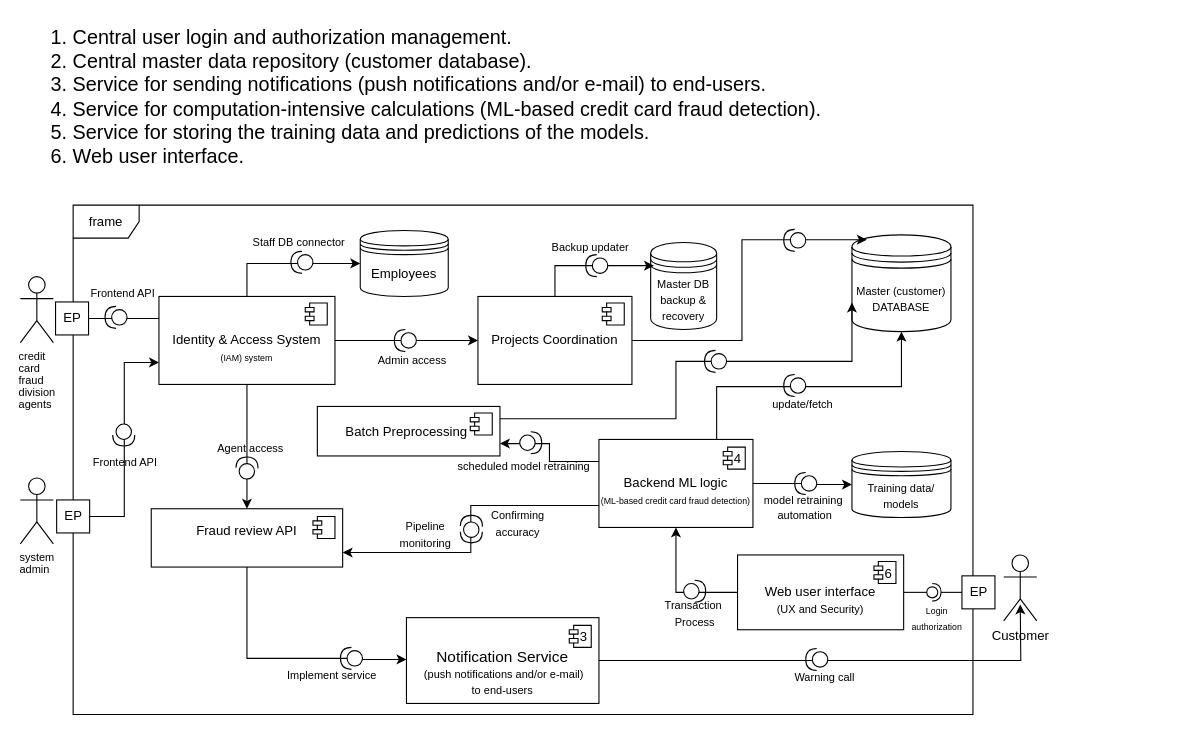
Before: gifs/Untitled Diagram.drawio in midani-47/midani-47, a draw.io diagram. Source tidied: cells renumbered, new cells numbered last; positions are measured from the earlier drawing's top-left corner, leaving out a move shared by most shapes. Both pictures are drawn from the tidied source at 110%, with x=0, y=0 at pixel (20, 19).
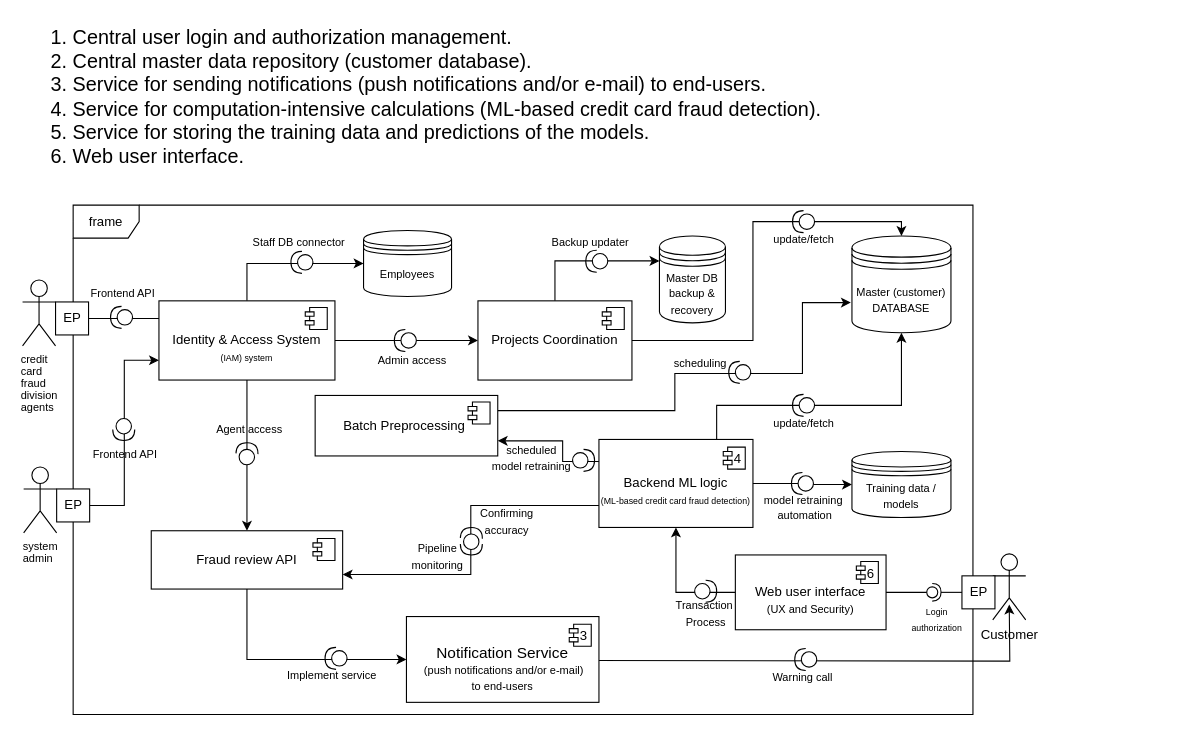
The same page after the edit.

Unchanged cells that the change refers to:
```xml
<mxCell id="24" value="&lt;div&gt;&lt;br&gt;&lt;/div&gt;Backend ML logic&lt;div&gt;&lt;span style=&quot;text-align: left;&quot;&gt;&lt;font style=&quot;font-size: 8px;&quot;&gt;(ML-based credit card fraud detection)&lt;/font&gt;&lt;/span&gt;&lt;/div&gt;" style="html=1;whiteSpace=wrap;" parent="1" vertex="1">
  <mxGeometry x="526" y="382" width="140" height="80" as="geometry" />
</mxCell>
```

Diff of the diagram source:
```diff
@@
     <mxCell id="2" value="&lt;p style=&quot;margin: 0px; font-variant-numeric: normal; font-variant-east-asian: normal; font-variant-alternates: normal; font-size-adjust: none; font-kerning: auto; font-optical-sizing: auto; font-feature-settings: normal; font-variation-settings: normal; font-variant-position: normal; font-variant-emoji: normal; font-stretch: normal; font-size: 10px; line-height: normal; text-align: start; text-wrap-mode: wrap;&quot; class=&quot;p1&quot;&gt;&lt;font style=&quot;color: light-dark(rgb(0, 0, 0), rgb(255, 255, 255));&quot;&gt;system admin&lt;/font&gt;&lt;/p&gt;" style="shape=umlActor;verticalLabelPosition=bottom;verticalAlign=top;html=1;" parent="1" vertex="1">
-      <mxGeometry y="417" width="30" height="60" as="geometry" />
+      <mxGeometry x="3" y="407" width="30" height="60" as="geometry" />
     </mxCell>
@@
     <mxCell id="7" value="EP" style="html=1;rounded=0;" parent="1" vertex="1">
-      <mxGeometry x="33" y="437" width="30" height="30" as="geometry" />
+      <mxGeometry x="33" y="427" width="30" height="30" as="geometry" />
     </mxCell>
     <mxCell id="8" value="&lt;p style=&quot;margin: 0px; font-variant-numeric: normal; font-variant-east-asian: normal; font-variant-alternates: normal; font-size-adjust: none; font-kerning: auto; font-optical-sizing: auto; font-feature-settings: normal; font-variation-settings: normal; font-variant-position: normal; font-variant-emoji: normal; font-stretch: normal; font-size: 10px; line-height: normal; text-align: start; text-wrap-mode: wrap;&quot; class=&quot;p1&quot;&gt;&lt;font style=&quot;color: light-dark(rgb(0, 0, 0), rgb(255, 255, 255));&quot;&gt;credit card fraud division agents&lt;/font&gt;&lt;/p&gt;" style="shape=umlActor;verticalLabelPosition=bottom;verticalAlign=top;html=1;" parent="1" vertex="1">
-      <mxGeometry y="234" width="30" height="60" as="geometry" />
+      <mxGeometry x="2" y="237" width="30" height="60" as="geometry" />
     </mxCell>
@@
     <mxCell id="12" value="&lt;div&gt;&lt;font style=&quot;font-size: 12px;&quot;&gt;&lt;br&gt;&lt;/font&gt;&lt;/div&gt;&lt;font style=&quot;font-size: 12px;&quot;&gt;Identity &amp;amp; Access System&lt;br&gt;&lt;/font&gt;&lt;span style=&quot;font-size: 8px; background-color: transparent; color: light-dark(rgb(0, 0, 0), rgb(255, 255, 255));&quot;&gt;(IAM) system&lt;/span&gt;" style="html=1;whiteSpace=wrap;" parent="1" vertex="1">
-      <mxGeometry x="126" y="252" width="160" height="80" as="geometry" />
+      <mxGeometry x="126" y="256" width="160" height="72" as="geometry" />
     </mxCell>
@@
-    <mxCell id="14" style="edgeStyle=orthogonalEdgeStyle;rounded=0;orthogonalLoop=1;jettySize=auto;html=1;exitX=0.5;exitY=1;exitDx=0;exitDy=0;" parent="1" edge="1">
-      <mxGeometry relative="1" as="geometry">
-        <mxPoint x="206" y="456" as="sourcePoint" />
-        <mxPoint x="351" y="582" as="targetPoint" />
-        <Array as="points">
-          <mxPoint x="206" y="581" />
-          <mxPoint x="308" y="581" />
-          <mxPoint x="308" y="582" />
-        </Array>
-      </mxGeometry>
-    </mxCell>
+    <mxCell id="78" style="edgeStyle=orthogonalEdgeStyle;rounded=0;jettySize=auto;html=1;entryX=0;entryY=0.5;entryDx=0;entryDy=0;" parent="1" edge="1" source="15" target="28">
+      <mxGeometry relative="1" as="geometry">
+        <Array as="points">
+          <mxPoint x="206" y="582" />
+        </Array>
+      </mxGeometry>
+    </mxCell>
-    <mxCell id="15" value="Fraud review API&lt;div&gt;&lt;br&gt;&lt;/div&gt;" style="html=1;whiteSpace=wrap;" parent="1" vertex="1">
-      <mxGeometry x="119" y="445" width="174" height="53" as="geometry" />
+    <mxCell id="15" value="Fraud review API" style="html=1;whiteSpace=wrap;" parent="1" vertex="1">
+      <mxGeometry x="119" y="465" width="174" height="53" as="geometry" />
     </mxCell>
@@
-    <mxCell id="17" value="Employees" style="shape=datastore;whiteSpace=wrap;html=1;" parent="1" vertex="1">
-      <mxGeometry x="309" y="192" width="80" height="60" as="geometry" />
+    <mxCell id="17" value="&lt;font style=&quot;font-size: 10px;&quot;&gt;Employees&lt;/font&gt;" style="shape=datastore;whiteSpace=wrap;html=1;" parent="1" vertex="1">
+      <mxGeometry x="312" y="192" width="80" height="60" as="geometry" />
     </mxCell>
     <mxCell id="18" style="shape=providedRequiredInterface;html=1;verticalLabelPosition=bottom;direction=south;rotation=90;" parent="1" vertex="1">
-      <mxGeometry x="77" y="261" width="20" height="20" as="geometry" />
+      <mxGeometry x="82" y="261" width="20" height="20" as="geometry" />
     </mxCell>
     <mxCell id="19" style="shape=providedRequiredInterface;html=1;verticalLabelPosition=bottom;rotation=90;" parent="1" vertex="1">
-      <mxGeometry x="84" y="368" width="20" height="20" as="geometry" />
+      <mxGeometry x="84" y="363" width="20" height="20" as="geometry" />
     </mxCell>
@@
     <mxCell id="21" style="edgeStyle=orthogonalEdgeStyle;rounded=0;jettySize=auto;html=1;entryX=0.5;entryY=1;entryDx=0;entryDy=0;exitX=0.75;exitY=0;exitDx=0;exitDy=0;" parent="1" edge="1" source="24" target="27">
       <mxGeometry relative="1" as="geometry">
         <Array as="points">
           <mxPoint x="633" y="382" />
-          <mxPoint x="633" y="334" />
-          <mxPoint x="801" y="334" />
+          <mxPoint x="633" y="351" />
+          <mxPoint x="801" y="351" />
         </Array>
       </mxGeometry>
     </mxCell>
+    <mxCell id="23" style="edgeStyle=orthogonalEdgeStyle;rounded=0;jettySize=auto;html=1;entryX=1;entryY=0.75;entryDx=0;entryDy=0;exitX=0;exitY=0.75;exitDx=0;exitDy=0;" parent="1" edge="1" source="24" target="15">
+      <mxGeometry relative="1" as="geometry" />
+    </mxCell>
     <mxCell id="22" style="edgeStyle=orthogonalEdgeStyle;rounded=0;jettySize=auto;html=1;entryX=1;entryY=0.75;entryDx=0;entryDy=0;exitX=0;exitY=0.25;exitDx=0;exitDy=0;" parent="1" edge="1" source="24" target="51">
-      <mxGeometry relative="1" as="geometry" />
+      <mxGeometry relative="1" as="geometry">
+        <Array as="points">
+          <mxPoint x="493" y="402" />
+          <mxPoint x="493" y="383" />
+        </Array>
+      </mxGeometry>
     </mxCell>
-    <mxCell id="23" style="edgeStyle=orthogonalEdgeStyle;rounded=0;jettySize=auto;html=1;entryX=1;entryY=0.75;entryDx=0;entryDy=0;exitX=0;exitY=0.75;exitDx=0;exitDy=0;" parent="1" edge="1" source="24" target="15">
-      <mxGeometry relative="1" as="geometry" />
-    </mxCell>
@@
-    <mxCell id="26" value="&lt;span style=&quot;font-size: 10px;&quot;&gt;Training data/ models&lt;/span&gt;" style="shape=datastore;whiteSpace=wrap;html=1;" parent="1" vertex="1">
+    <mxCell id="26" value="&lt;span style=&quot;font-size: 10px;&quot;&gt;Training data / models&lt;/span&gt;" style="shape=datastore;whiteSpace=wrap;html=1;" parent="1" vertex="1">
       <mxGeometry x="756" y="393" width="90" height="60" as="geometry" />
     </mxCell>
     <mxCell id="27" value="&lt;font style=&quot;font-size: 10px;&quot;&gt;Master (customer)&lt;/font&gt;&lt;div&gt;&lt;font style=&quot;font-size: 10px;&quot;&gt;DATABASE&lt;/font&gt;&lt;/div&gt;" style="shape=datastore;whiteSpace=wrap;html=1;" parent="1" vertex="1">
-      <mxGeometry x="756" y="196" width="90" height="88" as="geometry" />
+      <mxGeometry x="756" y="197" width="90" height="88" as="geometry" />
     </mxCell>
-    <mxCell id="28" value="&lt;span style=&quot;text-align: left;&quot;&gt;&lt;font style=&quot;&quot;&gt;&lt;font style=&quot;font-size: 18px;&quot;&gt;&lt;br&gt;&lt;/font&gt;&lt;/font&gt;&lt;/span&gt;&lt;div&gt;&lt;span style=&quot;text-align: left;&quot;&gt;&lt;font style=&quot;&quot;&gt;&lt;font style=&quot;font-size: 14px;&quot;&gt;&lt;font style=&quot;&quot;&gt;Notification Service&lt;/font&gt;&lt;br&gt;&lt;/font&gt;&lt;span style=&quot;font-size: 10px;&quot;&gt;&amp;nbsp;(push notifications and/or e-mail) &lt;/span&gt;&lt;br&gt;&lt;span style=&quot;font-size: 10px;&quot;&gt;to end-users&lt;/span&gt;&lt;/font&gt;&lt;/span&gt;&lt;/div&gt;" style="html=1;whiteSpace=wrap;" parent="1" vertex="1">
-      <mxGeometry x="351" y="544" width="175" height="78" as="geometry" />
-    </mxCell>
-    <mxCell id="29" value="  3" style="shape=module;jettyWidth=8;jettyHeight=4;" parent="28" vertex="1">
-      <mxGeometry x="1" width="20" height="20" relative="1" as="geometry">
-        <mxPoint x="-27" y="7" as="offset" />
-      </mxGeometry>
-    </mxCell>
     <mxCell id="30" value="Customer" style="shape=umlActor;verticalLabelPosition=bottom;verticalAlign=top;html=1;" parent="1" vertex="1">
-      <mxGeometry x="894" y="487" width="30" height="60" as="geometry" />
+      <mxGeometry x="884" y="486" width="30" height="60" as="geometry" />
     </mxCell>
@@
     <mxCell id="32" style="shape=providedRequiredInterface;html=1;verticalLabelPosition=bottom;rotation=-180;" parent="1" vertex="1">
-      <mxGeometry x="291" y="571" width="20" height="20" as="geometry" />
+      <mxGeometry x="277" y="571" width="20" height="20" as="geometry" />
     </mxCell>
@@
     <mxCell id="34" style="shape=providedRequiredInterface;html=1;verticalLabelPosition=bottom;rotation=-180;" parent="1" vertex="1">
-      <mxGeometry x="704" y="412" width="20" height="20" as="geometry" />
+      <mxGeometry x="701" y="412" width="20" height="20" as="geometry" />
     </mxCell>
     <mxCell id="35" style="shape=providedRequiredInterface;html=1;verticalLabelPosition=bottom;rotation=-88;" parent="1" vertex="1">
-      <mxGeometry x="196" y="398" width="20" height="20" as="geometry" />
+      <mxGeometry x="196" y="385" width="20" height="20" as="geometry" />
     </mxCell>
     <mxCell id="36" style="group;" parent="1" vertex="1">
-      <mxGeometry x="399.7" y="450.7" width="20.7" height="25.3" as="geometry" />
+      <mxGeometry x="399.7" y="461.7" width="20.7" height="25.3" as="geometry" />
     </mxCell>
@@
     <mxCell id="39" value="&lt;font style=&quot;font-size: 10px;&quot;&gt;Frontend API&lt;/font&gt;" style="text;html=1;align=center;verticalAlign=middle;strokeColor=none;fillColor=none;" parent="1" vertex="1">
-      <mxGeometry x="57" y="390" width="76" height="26" as="geometry" />
+      <mxGeometry x="57" y="382" width="76" height="26" as="geometry" />
     </mxCell>
@@
     <mxCell id="42" value="&lt;font style=&quot;font-size: 10px;&quot;&gt;Backup updater&lt;/font&gt;" style="text;html=1;align=center;verticalAlign=middle;strokeColor=none;fillColor=none;" parent="1" vertex="1">
-      <mxGeometry x="474" y="194" width="88" height="26" as="geometry" />
+      <mxGeometry x="474" y="190" width="88" height="26" as="geometry" />
     </mxCell>
-    <mxCell id="43" style="edgeStyle=orthogonalEdgeStyle;rounded=0;jettySize=auto;html=1;entryX=0.15;entryY=0.05;entryDx=0;entryDy=0;entryPerimeter=0;" parent="1" edge="1" source="44" target="27">
-      <mxGeometry relative="1" as="geometry" />
+    <mxCell id="43" style="edgeStyle=orthogonalEdgeStyle;rounded=0;jettySize=auto;html=1;entryX=0.5;entryY=0;entryDx=0;entryDy=0;" parent="1" edge="1" source="44" target="27">
+      <mxGeometry relative="1" as="geometry">
+        <Array as="points">
+          <mxPoint x="666" y="292" />
+          <mxPoint x="666" y="184" />
+          <mxPoint x="801" y="184" />
+        </Array>
+      </mxGeometry>
     </mxCell>
+    <mxCell id="79" style="edgeStyle=orthogonalEdgeStyle;rounded=0;jettySize=auto;html=1;entryX=0;entryY=0.3;entryDx=0;entryDy=0;exitX=0.5;exitY=0;exitDx=0;exitDy=0;" parent="1" edge="1" source="44">
+      <mxGeometry relative="1" as="geometry">
+        <mxPoint x="581" y="219.7" as="targetPoint" />
+        <Array as="points">
+          <mxPoint x="486" y="220" />
+        </Array>
+      </mxGeometry>
+    </mxCell>
     <mxCell id="44" value="&lt;div&gt;&lt;font style=&quot;font-size: 12px;&quot;&gt;&lt;br&gt;&lt;/font&gt;&lt;/div&gt;&lt;div&gt;&lt;div&gt;Projects Coordination&lt;/div&gt;&lt;div&gt;&lt;br&gt;&lt;/div&gt;&lt;/div&gt;" style="html=1;whiteSpace=wrap;" parent="1" vertex="1">
-      <mxGeometry x="416" y="252" width="140" height="80" as="geometry" />
+      <mxGeometry x="416" y="256" width="140" height="72" as="geometry" />
     </mxCell>
@@
     <mxCell id="48" value="&lt;font style=&quot;font-size: 10px;&quot;&gt;Master DB&lt;/font&gt;&lt;div&gt;&lt;span style=&quot;font-size: 10px;&quot;&gt;backup &amp;amp;&lt;br&gt;recovery&lt;/span&gt;&lt;/div&gt;" style="shape=datastore;whiteSpace=wrap;html=1;" parent="1" vertex="1">
-      <mxGeometry x="573" y="203" width="60" height="79" as="geometry" />
+      <mxGeometry x="581" y="197" width="60" height="79" as="geometry" />
     </mxCell>
-    <mxCell id="49" style="edgeStyle=orthogonalEdgeStyle;rounded=0;jettySize=auto;html=1;" parent="1" edge="1" source="44">
-      <mxGeometry relative="1" as="geometry">
-        <mxPoint x="576" y="224" as="targetPoint" />
-        <Array as="points">
-          <mxPoint x="486" y="224" />
-        </Array>
-      </mxGeometry>
-    </mxCell>
-    <mxCell id="50" style="edgeStyle=orthogonalEdgeStyle;rounded=0;orthogonalLoop=1;jettySize=auto;html=1;entryX=0;entryY=0.7;entryDx=0;entryDy=0;exitX=1;exitY=0.25;exitDx=0;exitDy=0;" parent="1" edge="1">
+    <mxCell id="50" style="edgeStyle=orthogonalEdgeStyle;rounded=0;jettySize=auto;html=1;entryX=0;entryY=0.7;entryDx=0;entryDy=0;exitX=1;exitY=0.25;exitDx=0;exitDy=0;" parent="1" edge="1" source="51">
       <mxGeometry relative="1" as="geometry">
-        <mxPoint x="436" y="363.2" as="sourcePoint" />
-        <mxPoint x="756" y="257.6" as="targetPoint" />
+        <mxPoint x="755" y="257.6" as="targetPoint" />
         <Array as="points">
-          <mxPoint x="596" y="363" />
-          <mxPoint x="596" y="311" />
-          <mxPoint x="756" y="311" />
+          <mxPoint x="595" y="356" />
+          <mxPoint x="595" y="322" />
+          <mxPoint x="711" y="322" />
+          <mxPoint x="711" y="258" />
         </Array>
       </mxGeometry>
     </mxCell>
     <mxCell id="51" value="Batch Preprocessing&amp;nbsp;" style="html=1;whiteSpace=wrap;" parent="1" vertex="1">
-      <mxGeometry x="270" y="352" width="166" height="45" as="geometry" />
+      <mxGeometry x="268" y="342" width="166" height="55" as="geometry" />
     </mxCell>
@@
     <mxCell id="53" style="shape=providedRequiredInterface;html=1;verticalLabelPosition=bottom;rotation=-180;" parent="1" vertex="1">
-      <mxGeometry x="694" y="191" width="20" height="20" as="geometry" />
+      <mxGeometry x="702" y="174" width="20" height="20" as="geometry" />
     </mxCell>
     <mxCell id="54" style="shape=providedRequiredInterface;html=1;verticalLabelPosition=bottom;rotation=-180;" parent="1" vertex="1">
-      <mxGeometry x="514" y="214" width="20" height="20" as="geometry" />
+      <mxGeometry x="514" y="210" width="20" height="20" as="geometry" />
     </mxCell>
     <mxCell id="55" style="shape=providedRequiredInterface;html=1;verticalLabelPosition=bottom;rotation=0;" parent="1" vertex="1">
-      <mxGeometry x="454" y="375" width="20" height="20" as="geometry" />
+      <mxGeometry x="502" y="391" width="20" height="20" as="geometry" />
     </mxCell>
     <mxCell id="56" value="&lt;font style=&quot;font-size: 10px;&quot;&gt;Confirming&lt;/font&gt;&lt;div&gt;&lt;font style=&quot;font-size: 10px;&quot;&gt;accuracy&lt;/font&gt;&lt;/div&gt;" style="text;html=1;align=center;verticalAlign=middle;strokeColor=none;fillColor=none;" parent="1" vertex="1">
-      <mxGeometry x="414" y="437.5" width="76" height="41" as="geometry" />
+      <mxGeometry x="404" y="435.5" width="76" height="41" as="geometry" />
     </mxCell>
-    <mxCell id="57" value="&lt;font style=&quot;font-size: 10px;&quot;&gt;scheduled model retraining&lt;/font&gt;" style="text;whiteSpace=wrap;html=1;" parent="1" vertex="1">
-      <mxGeometry x="396" y="392" width="125" height="36" as="geometry" />
+    <mxCell id="57" value="&lt;div style=&quot;text-align: center;&quot;&gt;&lt;font style=&quot;background-color: transparent; color: light-dark(rgb(0, 0, 0), rgb(255, 255, 255)); font-size: 10px;&quot;&gt;scheduled model&amp;nbsp;&lt;/font&gt;&lt;span style=&quot;background-color: transparent; color: light-dark(rgb(0, 0, 0), rgb(255, 255, 255)); font-size: 10px; text-align: center;&quot;&gt;retraining&lt;/span&gt;&lt;/div&gt;" style="text;whiteSpace=wrap;html=1;" parent="1" vertex="1">
+      <mxGeometry x="421" y="378" width="86" height="36" as="geometry" />
     </mxCell>
     <mxCell id="58" value="&lt;font style=&quot;font-size: 10px;&quot;&gt;Pipeline&lt;/font&gt;&lt;div&gt;&lt;font style=&quot;font-size: 10px;&quot;&gt;monitoring&lt;/font&gt;&lt;/div&gt;" style="text;html=1;align=center;verticalAlign=middle;strokeColor=none;fillColor=none;" parent="1" vertex="1">
-      <mxGeometry x="331" y="447.5" width="74" height="41" as="geometry" />
+      <mxGeometry x="342" y="467.5" width="74" height="41" as="geometry" />
     </mxCell>
-    <mxCell id="59" style="edgeStyle=orthogonalEdgeStyle;rounded=0;jettySize=auto;html=1;exitX=1;exitY=0.5;exitDx=0;exitDy=0;" parent="1" edge="1" source="28">
+    <mxCell id="59" style="edgeStyle=orthogonalEdgeStyle;rounded=0;orthogonalLoop=1;jettySize=auto;html=1;exitX=1;exitY=0.5;exitDx=0;exitDy=0;" parent="1" edge="1">
       <mxGeometry relative="1" as="geometry">
-        <mxPoint x="909" y="532" as="targetPoint" />
+        <mxPoint x="516" y="583" as="sourcePoint" />
+        <mxPoint x="899" y="532" as="targetPoint" />
       </mxGeometry>
     </mxCell>
     <mxCell id="60" style="shape=providedRequiredInterface;html=1;verticalLabelPosition=bottom;rotation=-180;" parent="1" vertex="1">
-      <mxGeometry x="714" y="572" width="20" height="20" as="geometry" />
+      <mxGeometry x="704" y="572" width="20" height="20" as="geometry" />
     </mxCell>
     <mxCell id="61" value="&lt;font style=&quot;font-size: 10px;&quot;&gt;Warning call&lt;/font&gt;" style="text;html=1;align=center;verticalAlign=middle;strokeColor=none;fillColor=none;" parent="1" vertex="1">
-      <mxGeometry x="694" y="584.5" width="73" height="26" as="geometry" />
+      <mxGeometry x="674" y="584.5" width="73" height="26" as="geometry" />
     </mxCell>
@@
     <mxCell id="64" value="&lt;div&gt;&lt;br&gt;&lt;/div&gt;Web user interface&lt;div&gt;&lt;font style=&quot;font-size: 10px;&quot;&gt;(UX and Security)&lt;/font&gt;&lt;/div&gt;" style="html=1;whiteSpace=wrap;" parent="1" vertex="1">
-      <mxGeometry x="652" y="487" width="151" height="68" as="geometry" />
+      <mxGeometry x="650" y="487" width="137" height="68" as="geometry" />
     </mxCell>
@@
     <mxCell id="69" value="&lt;font style=&quot;font-size: 10px;&quot;&gt;Transaction&amp;nbsp;&lt;/font&gt;&lt;div&gt;&lt;font style=&quot;font-size: 10px;&quot;&gt;Process&lt;/font&gt;&lt;/div&gt;" style="shape=providedRequiredInterface;html=1;verticalLabelPosition=bottom;" parent="1" vertex="1">
-      <mxGeometry x="603" y="510" width="20" height="20" as="geometry" />
+      <mxGeometry x="613" y="510" width="20" height="20" as="geometry" />
     </mxCell>
@@
-    <mxCell id="71" value="&lt;span style=&quot;font-size: 8px; text-wrap-mode: wrap;&quot;&gt;Login authorization&lt;/span&gt;" style="text;html=1;align=center;verticalAlign=middle;strokeColor=none;fillColor=none;" parent="1" vertex="1">
-      <mxGeometry x="790" y="531" width="86" height="26" as="geometry" />
+    <mxCell id="71" value="&lt;span style=&quot;font-size: 8px; text-wrap-mode: wrap;&quot;&gt;Login &lt;br&gt;authorization&lt;/span&gt;" style="text;html=1;align=center;verticalAlign=middle;strokeColor=none;fillColor=none;" parent="1" vertex="1">
+      <mxGeometry x="801" y="524" width="64" height="41" as="geometry" />
     </mxCell>
     <mxCell id="72" style="shape=providedRequiredInterface;html=1;verticalLabelPosition=bottom;rotation=-180;" parent="1" vertex="1">
-      <mxGeometry x="694" y="323" width="20" height="20" as="geometry" />
+      <mxGeometry x="702" y="341" width="20" height="20" as="geometry" />
     </mxCell>
     <mxCell id="73" value="&lt;font style=&quot;font-size: 10px;&quot;&gt;update/fetch&lt;/font&gt;" style="text;html=1;align=center;verticalAlign=middle;strokeColor=none;fillColor=none;" parent="1" vertex="1">
-      <mxGeometry x="674" y="336.5" width="73" height="26" as="geometry" />
+      <mxGeometry x="675" y="353.5" width="73" height="26" as="geometry" />
     </mxCell>
     <mxCell id="74" value="&lt;font style=&quot;font-size: 10px;&quot;&gt;Agent access&lt;/font&gt;" style="text;html=1;align=center;verticalAlign=middle;strokeColor=none;fillColor=none;" parent="1" vertex="1">
-      <mxGeometry x="164" y="376.5" width="90" height="26" as="geometry" />
+      <mxGeometry x="163" y="359.5" width="90" height="26" as="geometry" />
     </mxCell>
@@
     <mxCell id="76" style="shape=providedRequiredInterface;html=1;verticalLabelPosition=bottom;rotation=-180;" parent="1" vertex="1">
-      <mxGeometry x="622" y="301" width="20" height="20" as="geometry" />
+      <mxGeometry x="644" y="311" width="20" height="20" as="geometry" />
     </mxCell>
@@
+    <mxCell id="80" value="&lt;font style=&quot;font-size: 10px;&quot;&gt;update/fetch&lt;/font&gt;" style="text;html=1;align=center;verticalAlign=middle;strokeColor=none;fillColor=none;" parent="1" vertex="1">
+      <mxGeometry x="675" y="186.5" width="73" height="26" as="geometry" />
+    </mxCell>
+    <mxCell id="81" value="&lt;span style=&quot;font-size: 10px;&quot;&gt;scheduling&lt;/span&gt;" style="text;html=1;align=center;verticalAlign=middle;strokeColor=none;fillColor=none;" parent="1" vertex="1">
+      <mxGeometry x="585" y="299.5" width="66" height="26" as="geometry" />
+    </mxCell>
+    <mxCell id="28" value="&lt;div&gt;&lt;span style=&quot;text-align: left;&quot;&gt;&lt;font style=&quot;&quot;&gt;&lt;font style=&quot;font-size: 14px;&quot;&gt;&lt;font style=&quot;&quot;&gt;&lt;br&gt;&lt;/font&gt;&lt;/font&gt;&lt;/font&gt;&lt;/span&gt;&lt;/div&gt;&lt;div&gt;&lt;span style=&quot;text-align: left;&quot;&gt;&lt;font style=&quot;&quot;&gt;&lt;font style=&quot;font-size: 14px;&quot;&gt;&lt;font style=&quot;&quot;&gt;Notification Service&lt;/font&gt;&lt;br&gt;&lt;/font&gt;&lt;span style=&quot;font-size: 10px;&quot;&gt;&amp;nbsp;(push notifications and/or e-mail) &lt;/span&gt;&lt;br&gt;&lt;span style=&quot;font-size: 10px;&quot;&gt;to end-users&lt;/span&gt;&lt;/font&gt;&lt;/span&gt;&lt;/div&gt;" style="html=1;whiteSpace=wrap;" parent="1" vertex="1">
+      <mxGeometry x="351" y="543" width="175" height="78" as="geometry" />
+    </mxCell>
+    <mxCell id="29" value="  3" style="shape=module;jettyWidth=8;jettyHeight=4;" parent="28" vertex="1">
+      <mxGeometry x="1" width="20" height="20" relative="1" as="geometry">
+        <mxPoint x="-27" y="7" as="offset" />
+      </mxGeometry>
+    </mxCell>
```
